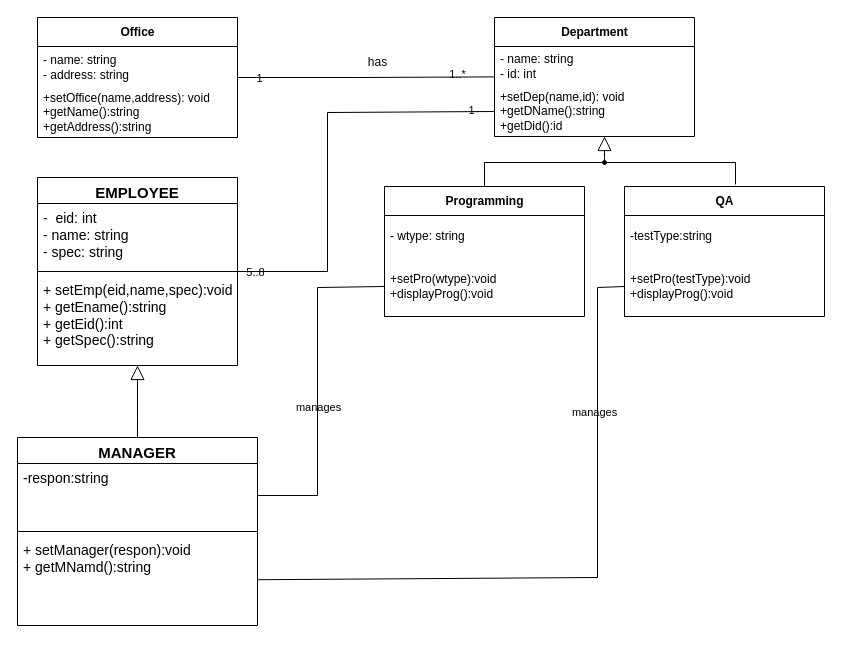
This is Fifth Semester/System Analysis and Design/lab-2.drawio from aakashdhakal/NCCS, a draw.io file, before an edit. Source tidied: cells renumbered, new cells numbered last; positions are measured from the earlier drawing's top-left corner, leaving out a move shared by most shapes. Both pictures are drawn from the tidied source at 100%, with x=0, y=0 at pixel (17, 17).
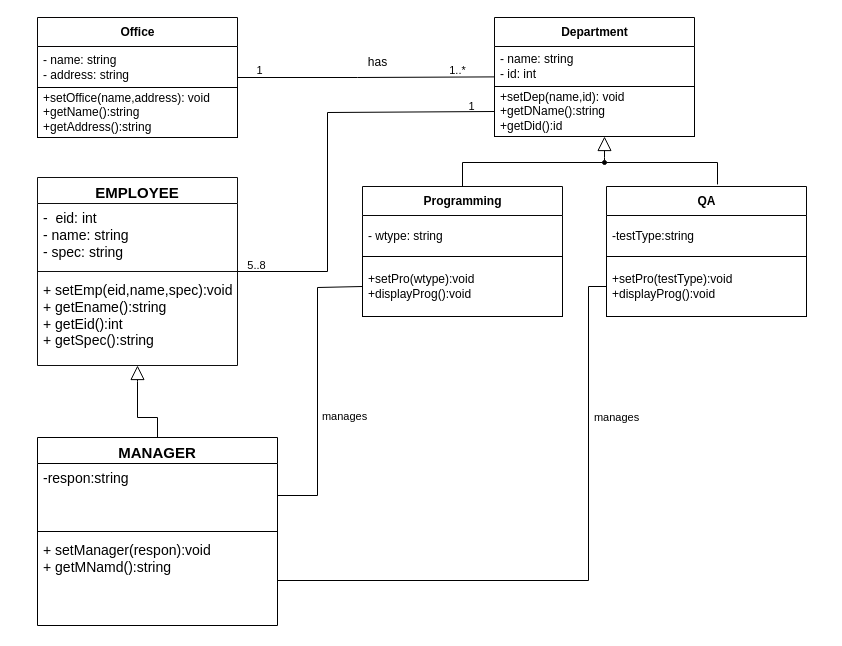
Above is the later version.

The change refers to these unchanged cells:
```xml
<mxCell id="9" value="- name: string&lt;br&gt;&lt;div style=&quot;&quot;&gt;&lt;span style=&quot;&quot;&gt;- id: int&lt;/span&gt;&lt;/div&gt;" style="text;html=1;strokeColor=none;fillColor=none;align=left;verticalAlign=middle;spacingLeft=4;spacingRight=4;overflow=hidden;points=[[0,0.5],[1,0.5]];portConstraint=eastwest;fontColor=#000000;labelBackgroundColor=none;" parent="8" vertex="1">
  <mxGeometry y="29" width="200" height="40" as="geometry" />
</mxCell>
<mxCell id="17" style="verticalAlign=bottom;html=1;ellipse;fillColor=strokeColor;fontFamily=Helvetica;fontSize=11;fontColor=#000000;labelBackgroundColor=none;" parent="1" vertex="1">
  <mxGeometry x="585" y="143" width="4" height="4" as="geometry" />
</mxCell>
<mxCell id="29" value="&lt;span style=&quot;font-size: 14px;&quot;&gt;-respon:string&lt;/span&gt;" style="text;strokeColor=none;fillColor=none;align=left;verticalAlign=top;spacingLeft=4;spacingRight=4;overflow=hidden;points=[[0,0.5],[1,0.5]];portConstraint=eastwest;whiteSpace=wrap;html=1;fontColor=#000000;labelBackgroundColor=none;" parent="28" vertex="1">
  <mxGeometry y="26" width="240" height="64" as="geometry" />
</mxCell>
<mxCell id="31" value="&lt;font style=&quot;font-size: 14px;&quot;&gt;+ setManager(respon):void&lt;br&gt;+ getMNamd():string&lt;/font&gt;" style="text;strokeColor=none;fillColor=none;align=left;verticalAlign=top;spacingLeft=4;spacingRight=4;overflow=hidden;points=[[0,0.5],[1,0.5]];portConstraint=eastwest;whiteSpace=wrap;html=1;fontColor=#000000;labelBackgroundColor=none;" parent="28" vertex="1">
  <mxGeometry y="98" width="240" height="90" as="geometry" />
</mxCell>
```

What changed in the source:
```diff
@@
-    <mxCell id="2" style="edgeStyle=none;html=1;entryX=0;entryY=0.76;entryDx=0;entryDy=0;entryPerimeter=0;rounded=0;endArrow=none;endFill=0;fontColor=#000000;labelBackgroundColor=none;" parent="1" edge="1" source="5" target="9">
+    <mxCell id="2" style="edgeStyle=none;html=1;entryX=0;entryY=0.76;entryDx=0;entryDy=0;entryPerimeter=0;rounded=0;endArrow=none;endFill=0;fontColor=#000000;labelBackgroundColor=none;strokeColor=#000000;" parent="1" edge="1" source="5" target="9">
       <mxGeometry relative="1" as="geometry">
         <Array as="points">
           <mxPoint x="340" y="60" />
         </Array>
       </mxGeometry>
     </mxCell>
     <mxCell id="3" value="1" style="edgeLabel;html=1;align=center;verticalAlign=middle;fontColor=#000000;labelBackgroundColor=none;" parent="2" vertex="1">
       <mxGeometry x="-0.63" relative="1" as="geometry">
-        <mxPoint x="-27" as="offset" />
+        <mxPoint x="-27" y="-8" as="offset" />
       </mxGeometry>
     </mxCell>
     <mxCell id="4" value="1..*" style="edgeLabel;html=1;align=center;verticalAlign=middle;fontColor=#000000;labelBackgroundColor=none;" parent="2" vertex="1">
-      <mxGeometry x="0.71" y="3" relative="1" as="geometry" />
+      <mxGeometry x="0.71" y="3" relative="1" as="geometry">
+        <mxPoint y="-4" as="offset" />
+      </mxGeometry>
     </mxCell>
-    <mxCell id="5" value="Office" style="swimlane;fontStyle=1;align=center;verticalAlign=middle;horizontal=1;startSize=29;html=1;fontColor=#000000;labelBackgroundColor=default;" parent="1" vertex="1">
+    <mxCell id="5" value="Office" style="swimlane;fontStyle=1;align=center;verticalAlign=middle;horizontal=1;startSize=29;html=1;fontColor=#000000;labelBackgroundColor=none;fillColor=none;strokeWidth=1;strokeColor=#060505;" parent="1" vertex="1">
       <mxGeometry x="20" width="200" height="120" as="geometry" />
     </mxCell>
@@
-    <mxCell id="7" value="+setOffice(name,address): void&lt;br&gt;+getName():string&lt;br&gt;+getAddress():string" style="text;html=1;strokeColor=none;fillColor=none;align=left;verticalAlign=middle;spacingLeft=4;spacingRight=4;overflow=hidden;fontColor=#000000;labelBackgroundColor=none;" parent="5" vertex="1">
+    <mxCell id="7" value="+setOffice(name,address): void&lt;br&gt;+getName():string&lt;br&gt;+getAddress():string" style="text;html=1;strokeColor=#000000;fillColor=none;align=left;verticalAlign=middle;spacingLeft=4;spacingRight=4;overflow=hidden;fontColor=#000000;labelBackgroundColor=none;" parent="5" vertex="1">
       <mxGeometry y="70" width="200" height="50" as="geometry" />
     </mxCell>
-    <mxCell id="8" value="Department" style="swimlane;fontStyle=1;align=center;verticalAlign=middle;horizontal=1;startSize=29;html=1;fontColor=#000000;labelBackgroundColor=none;" parent="1" vertex="1">
+    <mxCell id="8" value="Department" style="swimlane;fontStyle=1;align=center;verticalAlign=middle;horizontal=1;startSize=29;html=1;fontColor=#000000;labelBackgroundColor=none;fillColor=none;strokeColor=#050505;" parent="1" vertex="1">
       <mxGeometry x="477" width="200" height="119" as="geometry" />
     </mxCell>
@@
-    <mxCell id="10" value="+setDep(name,id): void&lt;br&gt;+getDName():string&lt;br&gt;+getDid():id" style="text;html=1;strokeColor=none;fillColor=none;align=left;verticalAlign=middle;spacingLeft=4;spacingRight=4;overflow=hidden;points=[[0,0.5],[1,0.5]];portConstraint=eastwest;fontColor=#000000;labelBackgroundColor=none;" parent="8" vertex="1">
+    <mxCell id="10" value="+setDep(name,id): void&lt;br&gt;+getDName():string&lt;br&gt;+getDid():id" style="text;html=1;strokeColor=#000000;fillColor=none;align=left;verticalAlign=middle;spacingLeft=4;spacingRight=4;overflow=hidden;points=[[0,0.5],[1,0.5]];portConstraint=eastwest;fontColor=#000000;labelBackgroundColor=none;perimeterSpacing=0;" parent="8" vertex="1">
       <mxGeometry y="69" width="200" height="50" as="geometry" />
     </mxCell>
-    <mxCell id="11" value="Programming" style="swimlane;fontStyle=1;align=center;verticalAlign=middle;horizontal=1;startSize=29;html=1;fontColor=#000000;labelBackgroundColor=none;" parent="1" vertex="1">
-      <mxGeometry x="367" y="169" width="200" height="130" as="geometry" />
+    <mxCell id="11" value="Programming" style="swimlane;fontStyle=1;align=center;verticalAlign=middle;horizontal=1;startSize=29;html=1;fontColor=#000000;labelBackgroundColor=none;fillColor=none;strokeColor=#080808;" parent="1" vertex="1">
+      <mxGeometry x="345" y="169" width="200" height="130" as="geometry" />
     </mxCell>
@@
-    <mxCell id="13" value="+setPro(wtype):void&lt;br&gt;+displayProg():void" style="text;html=1;strokeColor=none;fillColor=none;align=left;verticalAlign=middle;spacingLeft=4;spacingRight=4;overflow=hidden;points=[[0,0.5],[1,0.5]];portConstraint=eastwest;fontColor=#000000;labelBackgroundColor=none;" parent="11" vertex="1">
+    <mxCell id="13" value="+setPro(wtype):void&lt;br&gt;+displayProg():void" style="text;html=1;strokeColor=#000000;fillColor=none;align=left;verticalAlign=middle;spacingLeft=4;spacingRight=4;overflow=hidden;points=[[0,0.5],[1,0.5]];portConstraint=eastwest;fontColor=#000000;labelBackgroundColor=none;" parent="11" vertex="1">
       <mxGeometry y="70" width="200" height="60" as="geometry" />
     </mxCell>
-    <mxCell id="14" value="QA" style="swimlane;fontStyle=1;align=center;verticalAlign=middle;horizontal=1;startSize=29;html=1;fontColor=#000000;labelBackgroundColor=none;" parent="1" vertex="1">
-      <mxGeometry x="607" y="169" width="200" height="130" as="geometry" />
+    <mxCell id="14" value="QA" style="swimlane;fontStyle=1;align=center;verticalAlign=middle;horizontal=1;startSize=29;html=1;fontColor=#000000;labelBackgroundColor=none;fillColor=none;strokeColor=#050505;" parent="1" vertex="1">
+      <mxGeometry x="589" y="169" width="200" height="130" as="geometry" />
     </mxCell>
@@
-    <mxCell id="16" value="+setPro(testType):void&lt;br&gt;+displayProg():void" style="text;html=1;strokeColor=none;fillColor=none;align=left;verticalAlign=middle;spacingLeft=4;spacingRight=4;overflow=hidden;points=[[0,0.5],[1,0.5]];portConstraint=eastwest;fontColor=#000000;labelBackgroundColor=none;" parent="14" vertex="1">
+    <mxCell id="16" value="+setPro(testType):void&lt;br&gt;+displayProg():void" style="text;html=1;strokeColor=#000000;fillColor=none;align=left;verticalAlign=middle;spacingLeft=4;spacingRight=4;overflow=hidden;points=[[0,0.5],[1,0.5]];portConstraint=eastwest;fontColor=#000000;labelBackgroundColor=none;" parent="14" vertex="1">
       <mxGeometry y="70" width="200" height="60" as="geometry" />
     </mxCell>
@@
-    <mxCell id="18" style="edgeStyle=elbowEdgeStyle;html=1;endSize=12;endArrow=block;endFill=0;elbow=horizontal;rounded=0;labelBackgroundColor=none;fontFamily=Helvetica;fontSize=11;fontColor=#000000;shape=connector;" parent="1" edge="1" source="17" target="10">
+    <mxCell id="18" style="edgeStyle=elbowEdgeStyle;html=1;endSize=12;endArrow=block;endFill=0;elbow=horizontal;rounded=0;labelBackgroundColor=none;fontFamily=Helvetica;fontSize=11;fontColor=#000000;shape=connector;strokeColor=#000000;" parent="1" edge="1" source="17" target="10">
       <mxGeometry x="1" relative="1" as="geometry">
         <Array as="points">
           <mxPoint x="587" y="140" />
         </Array>
       </mxGeometry>
     </mxCell>
-    <mxCell id="19" style="edgeStyle=elbowEdgeStyle;html=1;elbow=vertical;verticalAlign=bottom;endArrow=none;rounded=0;labelBackgroundColor=none;fontFamily=Helvetica;fontSize=11;fontColor=#000000;startSize=14;shape=connector;entryX=0.555;entryY=-0.016;entryDx=0;entryDy=0;entryPerimeter=0;" parent="1" edge="1" source="17" target="14">
+    <mxCell id="19" style="edgeStyle=elbowEdgeStyle;html=1;elbow=vertical;verticalAlign=bottom;endArrow=none;rounded=0;labelBackgroundColor=none;fontFamily=Helvetica;fontSize=11;fontColor=#000000;startSize=14;shape=connector;entryX=0.555;entryY=-0.016;entryDx=0;entryDy=0;entryPerimeter=0;strokeColor=#000000;" parent="1" edge="1" source="17" target="14">
       <mxGeometry x="1" relative="1" as="geometry">
         <Array as="points">
           <mxPoint x="627" y="145" />
         </Array>
       </mxGeometry>
     </mxCell>
-    <mxCell id="20" style="edgeStyle=elbowEdgeStyle;html=1;elbow=vertical;verticalAlign=bottom;endArrow=none;rounded=0;labelBackgroundColor=none;fontFamily=Helvetica;fontSize=11;fontColor=#000000;startSize=14;shape=connector;entryX=0.5;entryY=0;entryDx=0;entryDy=0;" parent="1" edge="1" source="17" target="11">
+    <mxCell id="20" style="edgeStyle=elbowEdgeStyle;html=1;elbow=vertical;verticalAlign=bottom;endArrow=none;rounded=0;labelBackgroundColor=none;fontFamily=Helvetica;fontSize=11;fontColor=#000000;startSize=14;shape=connector;entryX=0.5;entryY=0;entryDx=0;entryDy=0;strokeColor=#000000;" parent="1" edge="1" source="17" target="11">
       <mxGeometry x="1" relative="1" as="geometry">
         <Array as="points">
           <mxPoint x="547" y="145" />
         </Array>
       </mxGeometry>
     </mxCell>
-    <mxCell id="21" style="edgeStyle=none;html=1;entryX=0;entryY=0.5;entryDx=0;entryDy=0;rounded=0;endArrow=none;endFill=0;fontColor=#000000;labelBackgroundColor=none;" parent="1" edge="1" source="24" target="10">
+    <mxCell id="21" style="edgeStyle=none;html=1;entryX=0;entryY=0.5;entryDx=0;entryDy=0;rounded=0;endArrow=none;endFill=0;fontColor=#000000;labelBackgroundColor=none;strokeColor=#000000;" parent="1" edge="1" source="24" target="10">
       <mxGeometry relative="1" as="geometry">
         <Array as="points">
           <mxPoint x="310" y="254" />
           <mxPoint x="310" y="95" />
         </Array>
       </mxGeometry>
     </mxCell>
     <mxCell id="22" value="1" style="edgeLabel;html=1;align=center;verticalAlign=middle;fontColor=#000000;labelBackgroundColor=none;" parent="21" vertex="1">
-      <mxGeometry x="0.89" y="2" relative="1" as="geometry" />
+      <mxGeometry x="0.89" y="2" relative="1" as="geometry">
+        <mxPoint y="-4" as="offset" />
+      </mxGeometry>
     </mxCell>
     <mxCell id="23" value="5..8" style="edgeLabel;html=1;align=center;verticalAlign=middle;fontColor=#000000;labelBackgroundColor=none;" parent="21" vertex="1">
-      <mxGeometry x="-0.92" relative="1" as="geometry" />
+      <mxGeometry x="-0.92" relative="1" as="geometry">
+        <mxPoint x="1" y="-7" as="offset" />
+      </mxGeometry>
     </mxCell>
-    <mxCell id="24" value="&lt;font style=&quot;font-size: 15px;&quot;&gt;EMPLOYEE&lt;/font&gt;" style="swimlane;fontStyle=1;align=center;verticalAlign=top;horizontal=1;startSize=26;whiteSpace=wrap;html=1;fontColor=#000000;labelBackgroundColor=none;" parent="1" vertex="1">
+    <mxCell id="24" value="&lt;font style=&quot;font-size: 15px;&quot;&gt;EMPLOYEE&lt;/font&gt;" style="swimlane;fontStyle=1;align=center;verticalAlign=top;horizontal=1;startSize=26;whiteSpace=wrap;html=1;fontColor=#000000;labelBackgroundColor=none;fillColor=none;strokeColor=#0f0f0f;" parent="1" vertex="1">
       <mxGeometry x="20" y="160" width="200" height="188" as="geometry" />
     </mxCell>
@@
-    <mxCell id="28" value="&lt;span style=&quot;font-size: 15px;&quot;&gt;MANAGER&lt;/span&gt;" style="swimlane;fontStyle=1;align=center;verticalAlign=top;horizontal=1;startSize=26;whiteSpace=wrap;html=1;fontColor=#000000;labelBackgroundColor=none;" parent="1" vertex="1">
-      <mxGeometry y="420" width="240" height="188" as="geometry" />
+    <mxCell id="28" value="&lt;span style=&quot;font-size: 15px;&quot;&gt;MANAGER&lt;/span&gt;" style="swimlane;fontStyle=1;align=center;verticalAlign=top;horizontal=1;startSize=26;whiteSpace=wrap;html=1;fontColor=#000000;labelBackgroundColor=none;fillColor=none;strokeColor=#000000;" parent="1" vertex="1">
+      <mxGeometry x="20" y="420" width="240" height="188" as="geometry" />
     </mxCell>
@@
-    <mxCell id="35" style="edgeStyle=none;html=1;exitX=1;exitY=0.5;exitDx=0;exitDy=0;entryX=0;entryY=0.5;entryDx=0;entryDy=0;rounded=0;endArrow=none;endFill=0;fontColor=#000000;labelBackgroundColor=none;" parent="1" edge="1" source="29" target="13">
+    <mxCell id="35" style="edgeStyle=none;html=1;exitX=1;exitY=0.5;exitDx=0;exitDy=0;entryX=0;entryY=0.5;entryDx=0;entryDy=0;rounded=0;endArrow=none;endFill=0;fontColor=#000000;labelBackgroundColor=none;strokeColor=#000000;" parent="1" edge="1" source="29" target="13">
       <mxGeometry relative="1" as="geometry">
         <Array as="points">
           <mxPoint x="300" y="478" />
           <mxPoint x="300" y="270" />
         </Array>
       </mxGeometry>
     </mxCell>
     <mxCell id="36" value="manages" style="edgeLabel;html=1;align=center;verticalAlign=middle;fontColor=#000000;labelBackgroundColor=none;" parent="35" vertex="1">
-      <mxGeometry x="-0.11" relative="1" as="geometry" />
+      <mxGeometry x="-0.11" relative="1" as="geometry">
+        <mxPoint x="26" y="10" as="offset" />
+      </mxGeometry>
     </mxCell>
-    <mxCell id="37" style="edgeStyle=none;html=1;entryX=0;entryY=0.5;entryDx=0;entryDy=0;rounded=0;endArrow=none;endFill=0;fontColor=#000000;labelBackgroundColor=none;" parent="1" edge="1" source="31" target="16">
+    <mxCell id="37" style="edgeStyle=none;html=1;entryX=0;entryY=0.5;entryDx=0;entryDy=0;rounded=0;endArrow=none;endFill=0;fontColor=#000000;labelBackgroundColor=none;strokeColor=#000000;" parent="1" edge="1" source="31" target="16">
       <mxGeometry relative="1" as="geometry">
         <Array as="points">
-          <mxPoint x="580" y="560" />
-          <mxPoint x="580" y="270" />
+          <mxPoint x="571" y="563" />
+          <mxPoint x="571" y="269" />
         </Array>
       </mxGeometry>
     </mxCell>
     <mxCell id="38" value="manages" style="edgeLabel;html=1;align=center;verticalAlign=middle;fontColor=#000000;labelBackgroundColor=none;" parent="37" vertex="1">
-      <mxGeometry x="0.54" y="4" relative="1" as="geometry" />
+      <mxGeometry x="0.54" y="4" relative="1" as="geometry">
+        <mxPoint x="31" y="5" as="offset" />
+      </mxGeometry>
     </mxCell>
```
